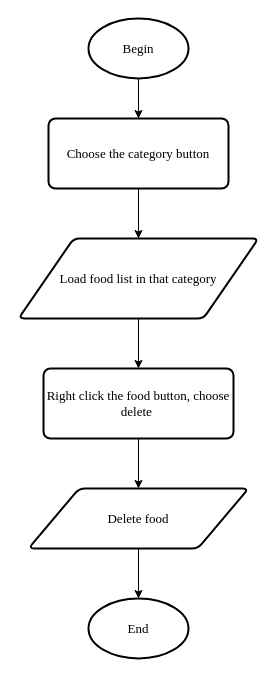
daomtthuan/do-an keeps this draw.io diagram as page "Delete Food" (4 of 5) of document/diagram/flowchart.drawio. Above is the earlier version. Source tidied: cells renumbered, new cells numbered last; positions are measured from the earlier drawing's top-left corner, leaving out a move shared by most shapes. Both pictures are drawn from the tidied source at 100%, with x=0, y=0 at pixel (18, 18).
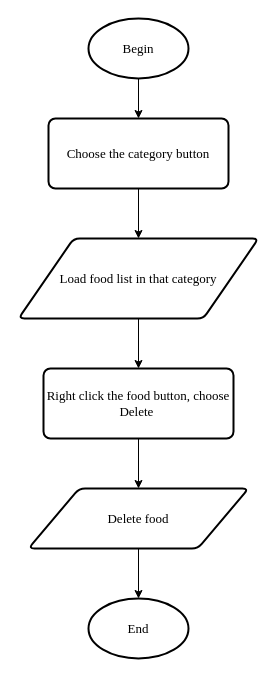
The same page after the edit.

The edit, as a diff of the source:
```diff
@@
 <mxGraphModel>
   <root>
     <mxCell id="0" />
     <mxCell id="1" parent="0" />
     <mxCell id="2" style="edgeStyle=orthogonalEdgeStyle;rounded=0;jettySize=auto;html=1;exitX=0.5;exitY=1;exitDx=0;exitDy=0;exitPerimeter=0;entryX=0.5;entryY=0;entryDx=0;entryDy=0;fontFamily=Times New Roman;fontSize=13;" parent="1" edge="1" source="3" target="11">
       <mxGeometry relative="1" as="geometry" />
     </mxCell>
     <mxCell id="3" value="Begin" style="strokeWidth=2;html=1;shape=mxgraph.flowchart.start_1;whiteSpace=wrap;fontFamily=Times New Roman;fontSize=13;" parent="1" vertex="1">
       <mxGeometry x="70" width="100" height="60" as="geometry" />
     </mxCell>
     <mxCell id="4" style="edgeStyle=orthogonalEdgeStyle;rounded=0;jettySize=auto;html=1;entryX=0.5;entryY=0;entryDx=0;entryDy=0;fontFamily=Times New Roman;fontSize=13;exitX=0.5;exitY=1;exitDx=0;exitDy=0;" parent="1" edge="1" source="11" target="10">
       <mxGeometry relative="1" as="geometry" />
     </mxCell>
     <mxCell id="5" style="edgeStyle=orthogonalEdgeStyle;rounded=0;jettySize=auto;html=1;exitX=0.5;exitY=1;exitDx=0;exitDy=0;entryX=0.5;entryY=0;entryDx=0;entryDy=0;fontFamily=Times New Roman;fontSize=13;" parent="1" edge="1" source="12" target="7">
       <mxGeometry relative="1" as="geometry" />
     </mxCell>
     <mxCell id="6" style="edgeStyle=orthogonalEdgeStyle;rounded=0;jettySize=auto;html=1;fontFamily=Times New Roman;fontSize=13;" parent="1" edge="1" source="7" target="8">
       <mxGeometry relative="1" as="geometry" />
     </mxCell>
     <mxCell id="7" value="Delete food" style="shape=parallelogram;html=1;strokeWidth=2;perimeter=parallelogramPerimeter;whiteSpace=wrap;rounded=1;arcSize=12;size=0.23;fontFamily=Times New Roman;fontSize=13;" parent="1" vertex="1">
       <mxGeometry x="10" y="470" width="220" height="60" as="geometry" />
     </mxCell>
     <mxCell id="8" value="End" style="strokeWidth=2;html=1;shape=mxgraph.flowchart.start_1;whiteSpace=wrap;fontFamily=Times New Roman;fontSize=13;" parent="1" vertex="1">
       <mxGeometry x="70" y="580" width="100" height="60" as="geometry" />
     </mxCell>
     <mxCell id="9" style="edgeStyle=orthogonalEdgeStyle;rounded=0;jettySize=auto;html=1;fontFamily=Times New Roman;fontSize=13;" parent="1" edge="1" source="10" target="12">
       <mxGeometry relative="1" as="geometry" />
     </mxCell>
     <mxCell id="10" value="Load food list in that category" style="shape=parallelogram;html=1;strokeWidth=2;perimeter=parallelogramPerimeter;whiteSpace=wrap;rounded=1;arcSize=12;size=0.23;fontFamily=Times New Roman;fontSize=13;" parent="1" vertex="1">
       <mxGeometry y="220" width="240" height="80" as="geometry" />
     </mxCell>
     <mxCell id="11" value="Choose the category button" style="rounded=1;whiteSpace=wrap;html=1;absoluteArcSize=1;arcSize=14;strokeWidth=2;fontFamily=Times New Roman;fontSize=13;" parent="1" vertex="1">
       <mxGeometry x="30" y="100" width="180" height="70" as="geometry" />
     </mxCell>
-    <mxCell id="12" value="Right click the food button, choose delete&amp;nbsp;" style="rounded=1;whiteSpace=wrap;html=1;absoluteArcSize=1;arcSize=14;strokeWidth=2;fontFamily=Times New Roman;fontSize=13;" parent="1" vertex="1">
+    <mxCell id="12" value="Right click the food button, choose Delete&amp;nbsp;" style="rounded=1;whiteSpace=wrap;html=1;absoluteArcSize=1;arcSize=14;strokeWidth=2;fontFamily=Times New Roman;fontSize=13;" parent="1" vertex="1">
       <mxGeometry x="25" y="350" width="190" height="70" as="geometry" />
     </mxCell>
   </root>
 </mxGraphModel>
```
